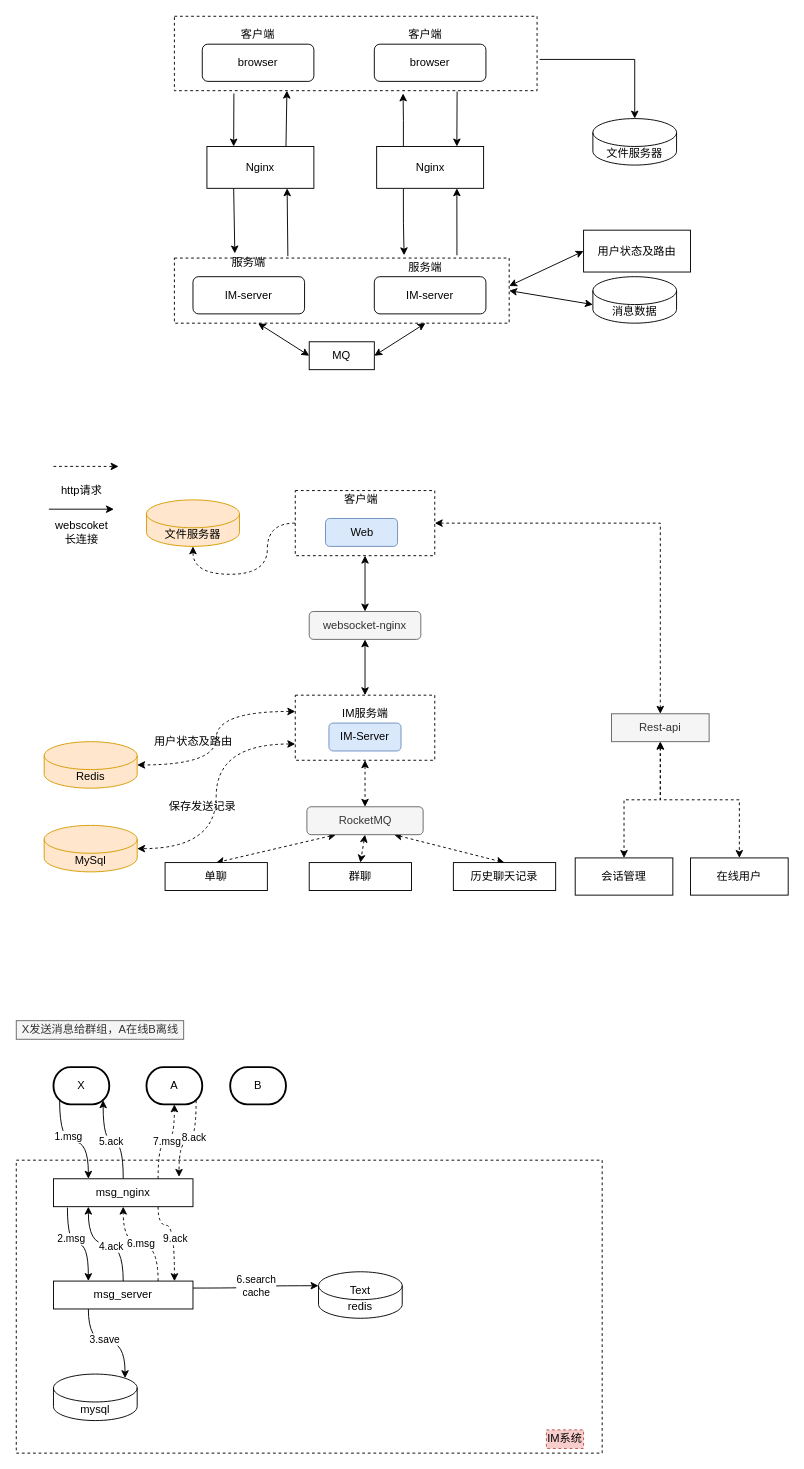
Before: draw/Untitled Diagram.drawio in ayuanjm/im, a draw.io diagram. Source tidied: cells renumbered, new cells numbered last; positions are measured from the earlier drawing's top-left corner, leaving out a move shared by most shapes. Both pictures are drawn from the tidied source at 93%, with x=0, y=0 at pixel (16, 16).
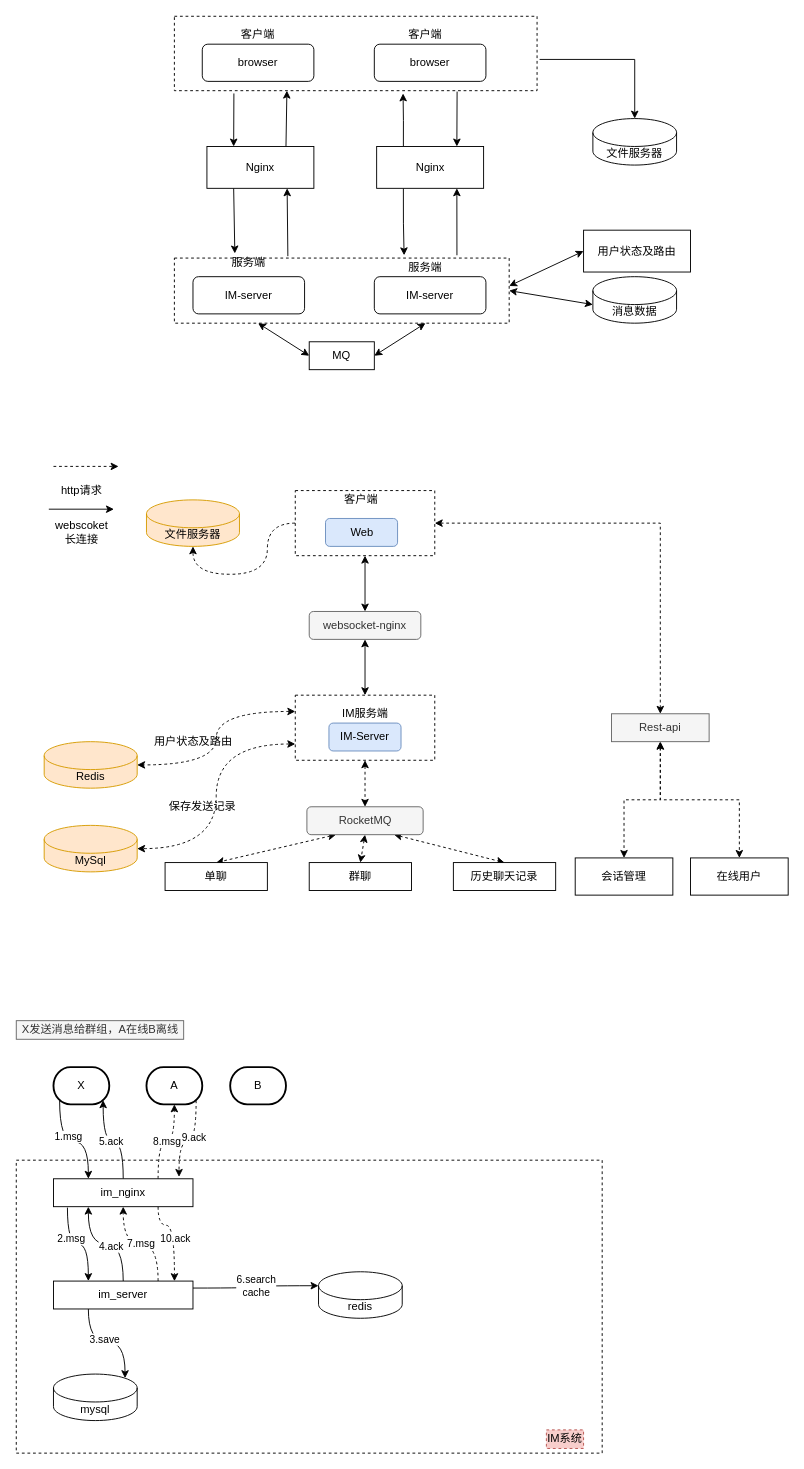
The same page after the edit.

The change refers to these unchanged cells:
```xml
<mxCell id="71" style="edgeStyle=orthogonalEdgeStyle;curved=1;rounded=0;jettySize=auto;html=1;exitX=0.89;exitY=0.89;exitDx=0;exitDy=0;exitPerimeter=0;entryX=0.9;entryY=-0.067;entryDx=0;entryDy=0;entryPerimeter=0;dashed=1;startArrow=none;startFill=0;strokeColor=#000000;" parent="1" edge="1" source="73" target="81">
  <mxGeometry relative="1" as="geometry" />
</mxCell>
<mxCell id="73" value="A" style="strokeWidth=2;html=1;shape=mxgraph.flowchart.terminator;whiteSpace=wrap;" parent="1" vertex="1">
  <mxGeometry x="140" y="1130" width="60" height="40" as="geometry" />
</mxCell>
<mxCell id="79" style="edgeStyle=orthogonalEdgeStyle;curved=1;rounded=0;jettySize=auto;html=1;exitX=0.75;exitY=1;exitDx=0;exitDy=0;entryX=0.27;entryY=0.413;entryDx=0;entryDy=0;entryPerimeter=0;dashed=1;startArrow=none;startFill=0;strokeColor=#000000;" parent="1" edge="1" source="81" target="2">
  <mxGeometry relative="1" as="geometry" />
</mxCell>
```

The edit, as a diff of the source:
```diff
@@
-    <mxCell id="72" value="8.ack" style="edgeLabel;html=1;align=center;verticalAlign=middle;" parent="71" vertex="1">
+    <mxCell id="72" value="9.ack" style="edgeLabel;html=1;align=center;verticalAlign=middle;" parent="71" vertex="1">
       <mxGeometry x="-0.2" y="-3" relative="1" as="geometry" />
     </mxCell>
@@
-    <mxCell id="78" value="7.msg" style="edgeStyle=orthogonalEdgeStyle;curved=1;rounded=0;jettySize=auto;html=1;exitX=0.75;exitY=0;exitDx=0;exitDy=0;entryX=0.5;entryY=1;entryDx=0;entryDy=0;entryPerimeter=0;dashed=1;startArrow=none;startFill=0;strokeColor=#000000;" parent="1" edge="1" source="81" target="73">
+    <mxCell id="78" value="8.msg" style="edgeStyle=orthogonalEdgeStyle;curved=1;rounded=0;jettySize=auto;html=1;exitX=0.75;exitY=0;exitDx=0;exitDy=0;entryX=0.5;entryY=1;entryDx=0;entryDy=0;entryPerimeter=0;dashed=1;startArrow=none;startFill=0;strokeColor=#000000;" parent="1" edge="1" source="81" target="73">
       <mxGeometry relative="1" as="geometry">
         <Array as="points">
           <mxPoint x="153" y="1210" />
           <mxPoint x="170" y="1210" />
         </Array>
       </mxGeometry>
     </mxCell>
@@
-    <mxCell id="80" value="9.ack" style="edgeLabel;html=1;align=center;verticalAlign=middle;" parent="79" vertex="1">
+    <mxCell id="80" value="10.ack" style="edgeLabel;html=1;align=center;verticalAlign=middle;" parent="79" vertex="1">
       <mxGeometry x="0.04" relative="1" as="geometry" />
     </mxCell>
-    <mxCell id="81" value="msg_nginx" style="rounded=0;whiteSpace=wrap;html=1;strokeColor=#000000;strokeWidth=1;" parent="1" vertex="1">
+    <mxCell id="81" value="im_nginx" style="rounded=0;whiteSpace=wrap;html=1;strokeColor=#000000;strokeWidth=1;" parent="1" vertex="1">
       <mxGeometry x="40" y="1250" width="150" height="30" as="geometry" />
     </mxCell>
@@
-    <mxCell id="87" value="6.msg" style="edgeStyle=orthogonalEdgeStyle;curved=1;rounded=0;jettySize=auto;html=1;exitX=0.75;exitY=0;exitDx=0;exitDy=0;entryX=0.5;entryY=1;entryDx=0;entryDy=0;startArrow=none;startFill=0;strokeColor=#000000;dashed=1;" parent="1" edge="1" source="88" target="81">
+    <mxCell id="87" value="7.msg" style="edgeStyle=orthogonalEdgeStyle;curved=1;rounded=0;jettySize=auto;html=1;exitX=0.75;exitY=0;exitDx=0;exitDy=0;entryX=0.5;entryY=1;entryDx=0;entryDy=0;startArrow=none;startFill=0;strokeColor=#000000;dashed=1;" parent="1" edge="1" source="88" target="81">
       <mxGeometry relative="1" as="geometry">
         <Array as="points">
           <mxPoint x="153" y="1320" />
           <mxPoint x="115" y="1320" />
         </Array>
       </mxGeometry>
     </mxCell>
-    <mxCell id="88" value="msg_server" style="rounded=0;whiteSpace=wrap;html=1;strokeColor=#000000;strokeWidth=1;" parent="1" vertex="1">
+    <mxCell id="88" value="im_server" style="rounded=0;whiteSpace=wrap;html=1;strokeColor=#000000;strokeWidth=1;" parent="1" vertex="1">
       <mxGeometry x="40" y="1360" width="150" height="30" as="geometry" />
     </mxCell>
@@
-    <mxCell id="92" value="Text" style="text;html=1;strokeColor=none;fillColor=none;align=center;verticalAlign=middle;whiteSpace=wrap;rounded=0;dashed=1;" parent="1" vertex="1">
-      <mxGeometry x="350" y="1360" width="40" height="20" as="geometry" />
-    </mxCell>
```
